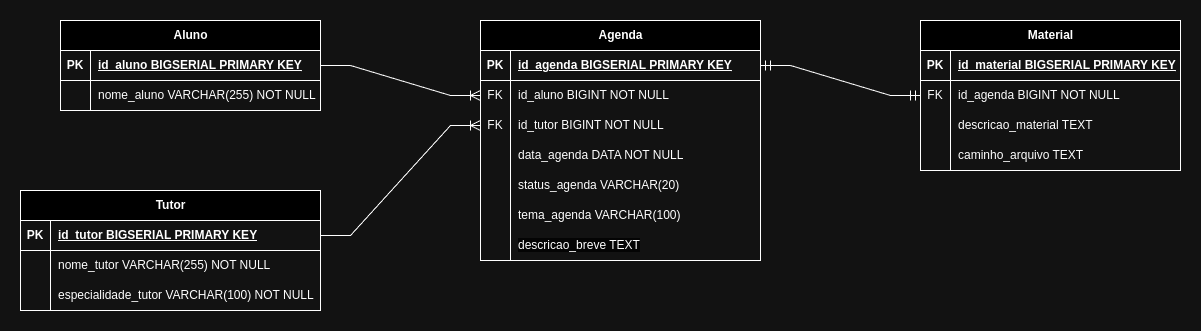
This is MER/spring-tutor-connect.png from devleo-m/spring-tutor-connect, a draw.io export, as it was before one commit. Source tidied: cells renumbered, new cells last; positions are measured from the earlier drawing's top-left corner, leaving out a move shared by most shapes.
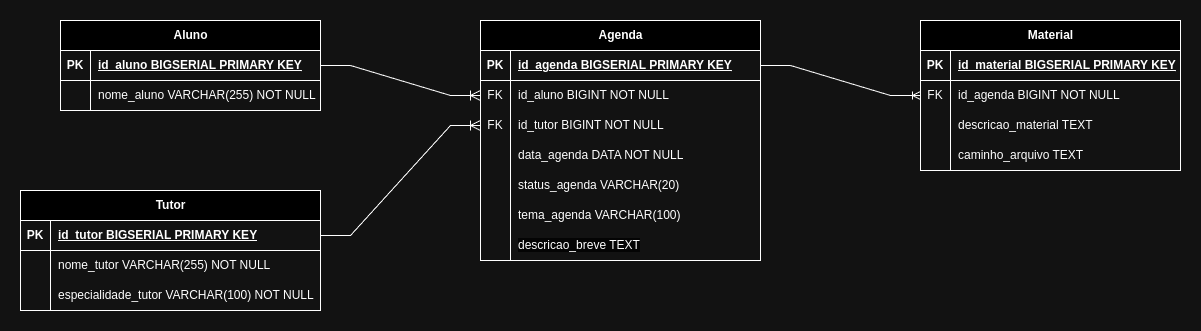
The same file after the commit.

What changed in the source:
```diff
@@ -164,7 +164,7 @@
     <mxCell id="55" style="edgeStyle=entityRelationEdgeStyle;fontSize=12;html=1;endArrow=ERoneToMany;rounded=0;startSize=8;endSize=8;exitX=1;exitY=0.5;exitDx=0;exitDy=0;entryX=0;entryY=0.5;entryDx=0;entryDy=0;" parent="1" edge="1" source="10" target="39">
       <mxGeometry relative="1" as="geometry" />
     </mxCell>
-    <mxCell id="56" style="edgeStyle=entityRelationEdgeStyle;fontSize=12;html=1;endArrow=ERmandOne;startArrow=ERmandOne;rounded=0;startSize=8;endSize=8;exitX=1;exitY=0.5;exitDx=0;exitDy=0;entryX=0;entryY=0.5;entryDx=0;entryDy=0;" parent="1" edge="1" source="33" target="23">
+    <mxCell id="56" style="edgeStyle=entityRelationEdgeStyle;fontSize=12;html=1;endArrow=ERoneToMany;rounded=0;entryX=0;entryY=0.5;entryDx=0;entryDy=0;exitX=1;exitY=0.5;exitDx=0;exitDy=0;" parent="1" edge="1" source="33" target="23">
       <mxGeometry relative="1" as="geometry" />
     </mxCell>
   </root>
```
